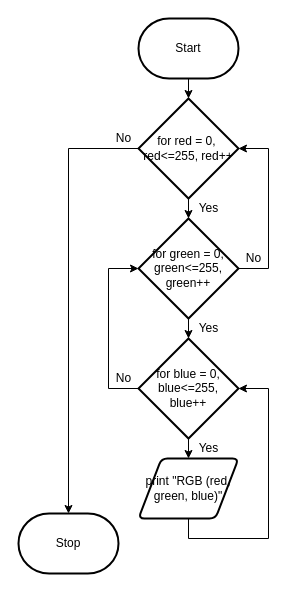
Before: drawio/flowchart/flowchart.drawio in Aidan-Lalonde-Novales/ICS3U-Unit4-06-Python, a draw.io diagram. Source tidied: cells renumbered, new cells numbered last; positions are measured from the earlier drawing's top-left corner, leaving out a move shared by most shapes. Both pictures are drawn from the tidied source at 100%, with x=0, y=0 at pixel (18, 18).
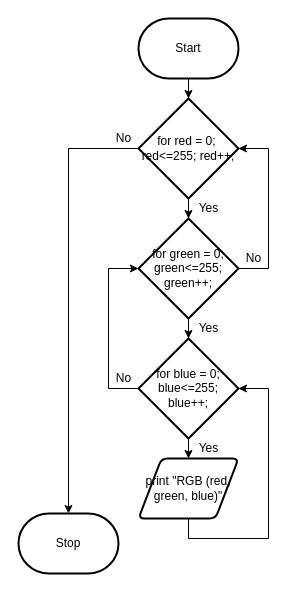
The same page after the edit.

Diff of the diagram source:
```diff
@@
-    <mxCell id="6" value="for red = 0,&amp;nbsp; red&amp;lt;=255, red++" style="strokeWidth=2;html=1;shape=mxgraph.flowchart.decision;whiteSpace=wrap;" parent="1" vertex="1">
+    <mxCell id="6" value="for red = 0;&amp;nbsp; red&amp;lt;=255; red++;" style="strokeWidth=2;html=1;shape=mxgraph.flowchart.decision;whiteSpace=wrap;" parent="1" vertex="1">
       <mxGeometry x="120" y="80" width="100" height="100" as="geometry" />
     </mxCell>
@@
-    <mxCell id="9" value="for green = 0, green&amp;lt;=255, green++" style="strokeWidth=2;html=1;shape=mxgraph.flowchart.decision;whiteSpace=wrap;" parent="1" vertex="1">
+    <mxCell id="9" value="for green = 0; green&amp;lt;=255; green++;" style="strokeWidth=2;html=1;shape=mxgraph.flowchart.decision;whiteSpace=wrap;" parent="1" vertex="1">
       <mxGeometry x="120" y="200" width="100" height="100" as="geometry" />
     </mxCell>
@@
-    <mxCell id="12" value="for blue = 0, blue&amp;lt;=255, blue++" style="strokeWidth=2;html=1;shape=mxgraph.flowchart.decision;whiteSpace=wrap;" parent="1" vertex="1">
+    <mxCell id="12" value="for blue = 0; blue&amp;lt;=255; blue++;" style="strokeWidth=2;html=1;shape=mxgraph.flowchart.decision;whiteSpace=wrap;" parent="1" vertex="1">
       <mxGeometry x="120" y="320" width="100" height="100" as="geometry" />
     </mxCell>
```
